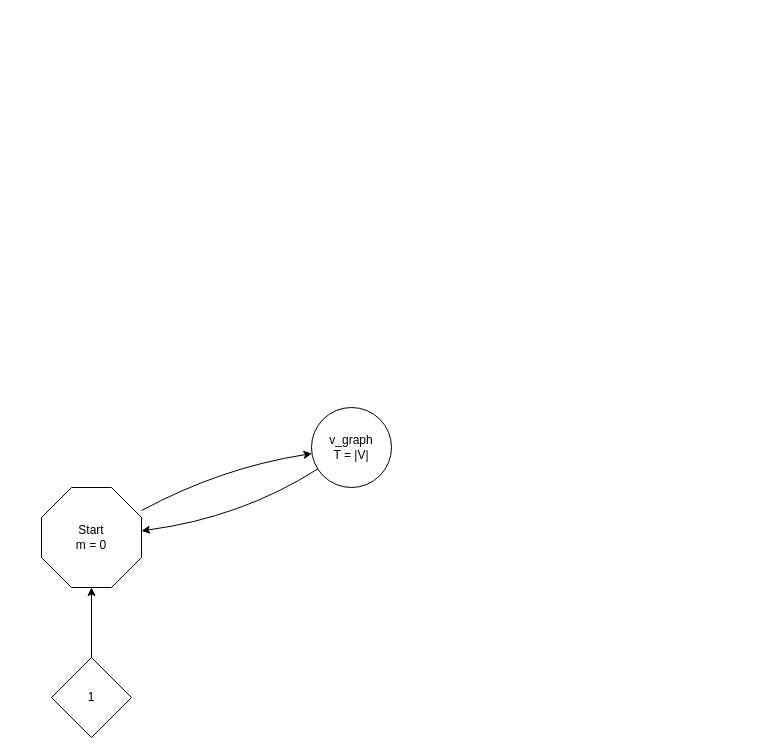
This is MaST/MaST.drawio from TSpeel/SNN-WPP, a draw.io file, before an edit. Source tidied: cells renumbered, new cells numbered last; positions are measured from the earlier drawing's top-left corner, leaving out a move shared by most shapes. Both pictures are drawn from the tidied source at 100%, with x=0, y=0 at pixel (41, 407).
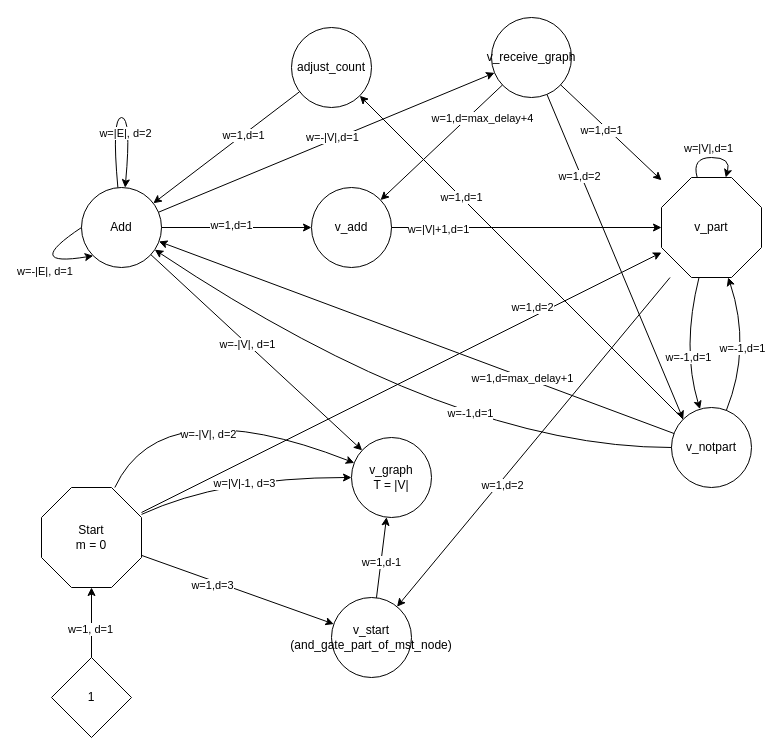
The same diagram, later.

Unchanged cells that the change refers to:
```xml
<mxCell id="3" value="Start&lt;div&gt;m = 0&lt;/div&gt;" style="whiteSpace=wrap;html=1;shape=mxgraph.basic.octagon2;align=center;verticalAlign=middle;dx=15;" parent="1" vertex="1">
  <mxGeometry y="80" width="100" height="100" as="geometry" />
</mxCell>
<mxCell id="4" style="endArrow=classic;html=1;rounded=0;" parent="1" edge="1" source="2" target="3">
  <mxGeometry relative="1" as="geometry" />
</mxCell>
```

Diff of the diagram source:
```diff
@@
+    <mxCell id="8" value="w=1, d=1" style="edgeLabel;html=1;align=center;verticalAlign=middle;" parent="4" vertex="1">
+      <mxGeometry x="-0.17" y="2" relative="1" as="geometry" />
+    </mxCell>
     <mxCell id="5" value="v_graph&lt;div&gt;T = |V|&lt;/div&gt;" style="ellipse;whiteSpace=wrap;html=1;" parent="1" vertex="1">
-      <mxGeometry x="270" width="80" height="80" as="geometry" />
+      <mxGeometry x="310" y="30" width="80" height="80" as="geometry" />
     </mxCell>
     <mxCell id="6" style="endArrow=classic;html=1;rounded=0;curved=1;" parent="1" edge="1" source="3" target="5">
       <mxGeometry relative="1" as="geometry">
         <Array as="points">
-          <mxPoint x="180" y="60" />
+          <mxPoint x="120" y="-20" />
         </Array>
       </mxGeometry>
     </mxCell>
-    <mxCell id="7" style="endArrow=classic;html=1;rounded=0;curved=1;" parent="1" edge="1" source="5" target="3">
-      <mxGeometry relative="1" as="geometry">
-        <Array as="points">
-          <mxPoint x="200" y="110" />
-        </Array>
-      </mxGeometry>
-    </mxCell>
+    <mxCell id="9" value="w=-|V|, d=2" style="edgeLabel;html=1;align=center;verticalAlign=middle;" parent="6" vertex="1">
+      <mxGeometry x="0.08" y="-26" relative="1" as="geometry">
+        <mxPoint x="-1" as="offset" />
+      </mxGeometry>
+    </mxCell>
+    <mxCell id="10" value="v_add" style="ellipse;whiteSpace=wrap;html=1;" parent="1" vertex="1">
+      <mxGeometry x="270" y="-220" width="80" height="80" as="geometry" />
+    </mxCell>
+    <mxCell id="11" value="v_notpart" style="ellipse;whiteSpace=wrap;html=1;" parent="1" vertex="1">
+      <mxGeometry x="630" width="80" height="80" as="geometry" />
+    </mxCell>
+    <mxCell id="12" value="v_part" style="whiteSpace=wrap;html=1;shape=mxgraph.basic.octagon2;align=center;verticalAlign=middle;dx=15;" parent="1" vertex="1">
+      <mxGeometry x="620" y="-230" width="100" height="100" as="geometry" />
+    </mxCell>
+    <mxCell id="13" style="endArrow=classic;html=1;rounded=0;curved=1;" parent="1" edge="1" source="12" target="11">
+      <mxGeometry relative="1" as="geometry">
+        <Array as="points">
+          <mxPoint x="640" y="-60" />
+        </Array>
+      </mxGeometry>
+    </mxCell>
+    <mxCell id="14" value="w=-1,d=1" style="edgeLabel;html=1;align=center;verticalAlign=middle;" parent="13" vertex="1">
+      <mxGeometry x="0.22" y="4" relative="1" as="geometry" />
+    </mxCell>
+    <mxCell id="15" style="endArrow=classic;html=1;rounded=0;curved=1;" parent="1" edge="1" source="11" target="12">
+      <mxGeometry relative="1" as="geometry">
+        <Array as="points">
+          <mxPoint x="710" y="-60" />
+        </Array>
+      </mxGeometry>
+    </mxCell>
+    <mxCell id="16" value="w=-1,d=1" style="edgeLabel;html=1;align=center;verticalAlign=middle;" parent="15" vertex="1">
+      <mxGeometry x="-0.09" y="9" relative="1" as="geometry" />
+    </mxCell>
+    <mxCell id="17" value="v_start&lt;div&gt;(and_gate_part_of_mst_node)&lt;/div&gt;" style="ellipse;whiteSpace=wrap;html=1;" parent="1" vertex="1">
+      <mxGeometry x="290" y="190" width="80" height="80" as="geometry" />
+    </mxCell>
+    <mxCell id="18" style="endArrow=classic;html=1;rounded=0;" parent="1" edge="1" source="3" target="17">
+      <mxGeometry relative="1" as="geometry" />
+    </mxCell>
+    <mxCell id="19" value="w=1,d=3" style="edgeLabel;html=1;align=center;verticalAlign=middle;" parent="18" vertex="1">
+      <mxGeometry x="-0.26" y="-4" relative="1" as="geometry" />
+    </mxCell>
+    <mxCell id="20" style="endArrow=classic;html=1;rounded=0;" parent="1" edge="1" source="12" target="17">
+      <mxGeometry relative="1" as="geometry" />
+    </mxCell>
+    <mxCell id="21" value="w=1,d=2" style="edgeLabel;html=1;align=center;verticalAlign=middle;" parent="20" vertex="1">
+      <mxGeometry x="0.25" y="3" relative="1" as="geometry" />
+    </mxCell>
+    <mxCell id="22" value="Add" style="ellipse;whiteSpace=wrap;html=1;" parent="1" vertex="1">
+      <mxGeometry x="40" y="-220" width="80" height="80" as="geometry" />
+    </mxCell>
+    <mxCell id="23" style="endArrow=classic;html=1;rounded=0;" parent="1" edge="1" source="22" target="10">
+      <mxGeometry relative="1" as="geometry" />
+    </mxCell>
+    <mxCell id="24" value="w=1,d=1" style="edgeLabel;html=1;align=center;verticalAlign=middle;" parent="23" vertex="1">
+      <mxGeometry x="-0.08" y="3" relative="1" as="geometry" />
+    </mxCell>
+    <mxCell id="25" style="endArrow=classic;html=1;rounded=0;" parent="1" edge="1" source="22" target="5">
+      <mxGeometry relative="1" as="geometry" />
+    </mxCell>
+    <mxCell id="26" value="w=-|V|, d=1" style="edgeLabel;html=1;align=center;verticalAlign=middle;" parent="25" vertex="1">
+      <mxGeometry x="-0.09" relative="1" as="geometry" />
+    </mxCell>
+    <mxCell id="27" style="endArrow=classic;html=1;rounded=0;" parent="1" edge="1" source="17" target="5">
+      <mxGeometry relative="1" as="geometry" />
+    </mxCell>
+    <mxCell id="28" value="w=1,d-1" style="edgeLabel;html=1;align=center;verticalAlign=middle;" parent="27" vertex="1">
+      <mxGeometry x="-0.11" relative="1" as="geometry" />
+    </mxCell>
+    <mxCell id="29" style="endArrow=classic;html=1;rounded=0;" parent="1" edge="1" source="10" target="12">
+      <mxGeometry relative="1" as="geometry" />
+    </mxCell>
+    <mxCell id="30" value="w=|V|+1,d=1" style="edgeLabel;html=1;align=center;verticalAlign=middle;" parent="29" vertex="1">
+      <mxGeometry x="-0.66" y="-1" relative="1" as="geometry" />
+    </mxCell>
+    <mxCell id="31" style="endArrow=classic;html=1;rounded=0;" parent="1" edge="1" source="11" target="22">
+      <mxGeometry relative="1" as="geometry" />
+    </mxCell>
+    <mxCell id="32" value="w=1,d=max_delay+1" style="edgeLabel;html=1;align=center;verticalAlign=middle;" parent="31" vertex="1">
+      <mxGeometry x="-0.39" relative="1" as="geometry">
+        <mxPoint x="5" y="3" as="offset" />
+      </mxGeometry>
+    </mxCell>
+    <mxCell id="33" style="endArrow=classic;html=1;rounded=0;curved=1;exitX=0;exitY=0.5;exitDx=0;exitDy=0;entryX=0;entryY=1;entryDx=0;entryDy=0;" parent="1" edge="1" source="22" target="22">
+      <mxGeometry relative="1" as="geometry">
+        <Array as="points">
+          <mxPoint x="-20" y="-140" />
+        </Array>
+      </mxGeometry>
+    </mxCell>
+    <mxCell id="34" value="w=-|E|, d=1&amp;nbsp;" style="edgeLabel;html=1;align=center;verticalAlign=middle;" parent="33" vertex="1">
+      <mxGeometry x="0.33" y="-7" relative="1" as="geometry" />
+    </mxCell>
+    <mxCell id="35" style="endArrow=classic;html=1;rounded=0;curved=1;elbow=vertical;" parent="1" edge="1" source="22" target="22">
+      <mxGeometry relative="1" as="geometry">
+        <Array as="points">
+          <mxPoint x="80" y="-290" />
+        </Array>
+      </mxGeometry>
+    </mxCell>
+    <mxCell id="36" value="w=|E|, d=2" style="edgeLabel;html=1;align=center;verticalAlign=middle;" parent="35" vertex="1">
+      <mxGeometry x="0.32" y="-5" relative="1" as="geometry" />
+    </mxCell>
+    <mxCell id="37" value="adjust_count" style="ellipse;whiteSpace=wrap;html=1;" parent="1" vertex="1">
+      <mxGeometry x="250" y="-380" width="80" height="80" as="geometry" />
+    </mxCell>
+    <mxCell id="38" style="endArrow=classic;html=1;rounded=0;" parent="1" edge="1" source="37" target="22">
+      <mxGeometry relative="1" as="geometry" />
+    </mxCell>
+    <mxCell id="39" value="w=1,d=1" style="edgeLabel;html=1;align=center;verticalAlign=middle;" parent="38" vertex="1">
+      <mxGeometry x="-0.23" relative="1" as="geometry" />
+    </mxCell>
+    <mxCell id="40" value="v_receive_graph" style="ellipse;whiteSpace=wrap;html=1;" parent="1" vertex="1">
+      <mxGeometry x="450" y="-390" width="80" height="80" as="geometry" />
+    </mxCell>
+    <mxCell id="41" style="endArrow=classic;html=1;rounded=0;curved=1;" parent="1" edge="1" source="3" target="5">
+      <mxGeometry relative="1" as="geometry">
+        <Array as="points">
+          <mxPoint x="180" y="70" />
+        </Array>
+      </mxGeometry>
+    </mxCell>
+    <mxCell id="42" value="w=|V|-1, d=3" style="edgeLabel;html=1;align=center;verticalAlign=middle;" parent="41" vertex="1">
+      <mxGeometry x="0.24" y="-2" relative="1" as="geometry">
+        <mxPoint x="-24" y="3" as="offset" />
+      </mxGeometry>
+    </mxCell>
+    <mxCell id="43" style="endArrow=classic;html=1;rounded=0;" parent="1" edge="1" source="22" target="40">
+      <mxGeometry relative="1" as="geometry" />
+    </mxCell>
+    <mxCell id="44" value="w=-|V|,d=1" style="edgeLabel;html=1;align=center;verticalAlign=middle;" parent="43" vertex="1">
+      <mxGeometry x="0.32" y="-1" relative="1" as="geometry">
+        <mxPoint x="-49" y="16" as="offset" />
+      </mxGeometry>
+    </mxCell>
+    <mxCell id="45" style="endArrow=classic;html=1;rounded=0;curved=1;elbow=vertical;" parent="1" edge="1" source="12" target="12">
+      <mxGeometry relative="1" as="geometry">
+        <Array as="points">
+          <mxPoint x="650" y="-250" />
+        </Array>
+      </mxGeometry>
+    </mxCell>
+    <mxCell id="46" value="w=|V|,d=1" style="edgeLabel;html=1;align=center;verticalAlign=middle;" parent="45" vertex="1">
+      <mxGeometry x="0.16" y="-6" relative="1" as="geometry">
+        <mxPoint x="-10" y="-16" as="offset" />
+      </mxGeometry>
+    </mxCell>
+    <mxCell id="47" style="endArrow=classic;html=1;rounded=0;" parent="1" edge="1" source="3" target="12">
+      <mxGeometry relative="1" as="geometry" />
+    </mxCell>
+    <mxCell id="48" value="w=1,d=2" style="edgeLabel;html=1;align=center;verticalAlign=middle;" parent="47" vertex="1">
+      <mxGeometry x="0.65" y="3" relative="1" as="geometry">
+        <mxPoint x="-37" y="12" as="offset" />
+      </mxGeometry>
+    </mxCell>
+    <mxCell id="49" style="endArrow=classic;html=1;rounded=0;" parent="1" edge="1" source="40" target="12">
+      <mxGeometry relative="1" as="geometry" />
+    </mxCell>
+    <mxCell id="50" value="w=1,d=1" style="edgeLabel;html=1;align=center;verticalAlign=middle;" parent="49" vertex="1">
+      <mxGeometry x="-0.13" y="-5" relative="1" as="geometry" />
+    </mxCell>
+    <mxCell id="51" style="endArrow=classic;html=1;rounded=0;entryX=0;entryY=0;entryDx=0;entryDy=0;" parent="1" edge="1" source="40" target="11">
+      <mxGeometry relative="1" as="geometry" />
+    </mxCell>
+    <mxCell id="52" value="w=1,d=2" style="edgeLabel;html=1;align=center;verticalAlign=middle;" parent="51" vertex="1">
+      <mxGeometry x="-0.5" y="-2" relative="1" as="geometry" />
+    </mxCell>
+    <mxCell id="53" style="endArrow=classic;html=1;rounded=0;curved=1;" parent="1" edge="1" source="11" target="22">
+      <mxGeometry relative="1" as="geometry">
+        <Array as="points">
+          <mxPoint x="410" y="40" />
+        </Array>
+      </mxGeometry>
+    </mxCell>
+    <mxCell id="54" value="w=-1,d=1" style="edgeLabel;html=1;align=center;verticalAlign=middle;" parent="53" vertex="1">
+      <mxGeometry x="-0.3" y="-35" relative="1" as="geometry" />
+    </mxCell>
+    <mxCell id="55" style="endArrow=classic;html=1;rounded=0;" parent="1" edge="1" source="11" target="37">
+      <mxGeometry relative="1" as="geometry" />
+    </mxCell>
+    <mxCell id="56" value="w=1,d=1" style="edgeLabel;html=1;align=center;verticalAlign=middle;" parent="55" vertex="1">
+      <mxGeometry x="0.5" y="2" relative="1" as="geometry">
+        <mxPoint x="22" y="19" as="offset" />
+      </mxGeometry>
+    </mxCell>
+    <mxCell id="57" style="endArrow=classic;html=1;rounded=0;" parent="1" edge="1" source="40" target="10">
+      <mxGeometry relative="1" as="geometry" />
+    </mxCell>
+    <mxCell id="58" value="w=1,d=max_delay+4" style="edgeLabel;html=1;align=center;verticalAlign=middle;" parent="57" vertex="1">
+      <mxGeometry x="-0.27" y="1" relative="1" as="geometry">
+        <mxPoint x="23" y="-10" as="offset" />
+      </mxGeometry>
+    </mxCell>
```
